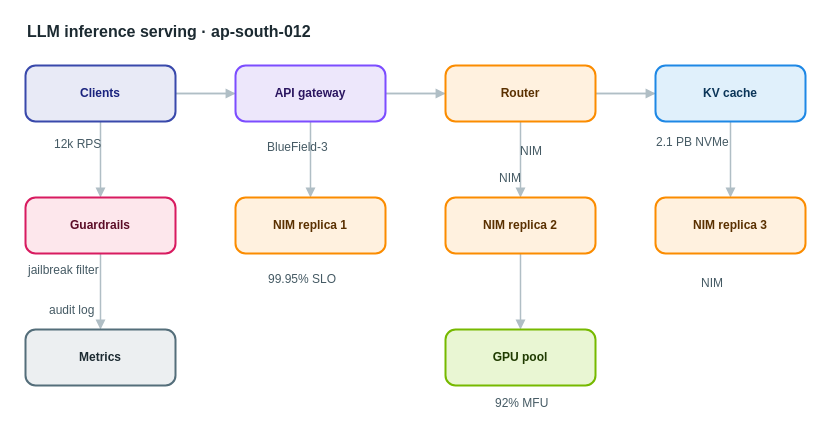
AryanG01/open-apprentice keeps this draw.io diagram as apps/web/public/samples/library/012-llm-inference-serving.drawio. Above is the earlier version. Source tidied: cells renumbered, new cells numbered last; positions are measured from the earlier drawing's top-left corner, leaving out a move shared by most shapes. Both pictures are drawn from the tidied source at 100%, with x=0, y=0 at pixel (25, 17).
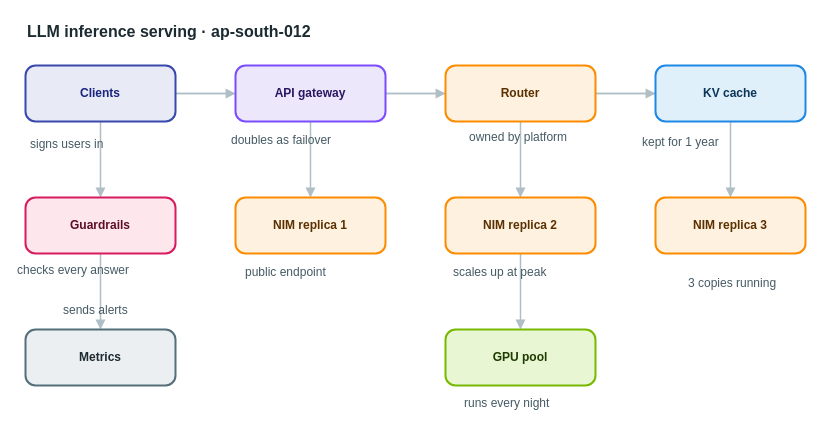
The same diagram, later.

The edit, as a diff of the source:
```diff
@@
-    <mxCell id="22" value="12k RPS" style="text;html=1;align=left;verticalAlign=top;whiteSpace=nowrap;spacing=0;spacingTop=0;strokeColor=none;fillColor=none;fontSize=12;fontColor=#455a64;" parent="1" vertex="1">
-      <mxGeometry x="29" y="115" width="61" height="20" as="geometry" />
+    <mxCell id="22" value="signs users in" style="text;html=1;align=left;verticalAlign=top;whiteSpace=nowrap;spacing=0;spacingTop=0;strokeColor=none;fillColor=none;fontSize=12;fontColor=#455a64;" parent="1" vertex="1">
+      <mxGeometry x="5" y="115" width="110" height="20" as="geometry" />
     </mxCell>
-    <mxCell id="23" value="BlueField-3" style="text;html=1;align=left;verticalAlign=top;whiteSpace=nowrap;spacing=0;spacingTop=0;strokeColor=none;fillColor=none;fontSize=12;fontColor=#455a64;" parent="1" vertex="1">
-      <mxGeometry x="242" y="118" width="89" height="20" as="geometry" />
+    <mxCell id="23" value="doubles as failover" style="text;html=1;align=left;verticalAlign=top;whiteSpace=nowrap;spacing=0;spacingTop=0;strokeColor=none;fillColor=none;fontSize=12;fontColor=#455a64;" parent="1" vertex="1">
+      <mxGeometry x="206" y="111" width="145" height="20" as="geometry" />
     </mxCell>
-    <mxCell id="24" value="NIM" style="text;html=1;align=left;verticalAlign=top;whiteSpace=nowrap;spacing=0;spacingTop=0;strokeColor=none;fillColor=none;fontSize=12;fontColor=#455a64;" parent="1" vertex="1">
-      <mxGeometry x="495" y="122" width="33" height="20" as="geometry" />
+    <mxCell id="24" value="owned by platform" style="text;html=1;align=left;verticalAlign=top;whiteSpace=nowrap;spacing=0;spacingTop=0;strokeColor=none;fillColor=none;fontSize=12;fontColor=#455a64;" parent="1" vertex="1">
+      <mxGeometry x="444" y="108" width="131" height="20" as="geometry" />
     </mxCell>
-    <mxCell id="25" value="99.95% SLO" style="text;html=1;align=left;verticalAlign=top;whiteSpace=nowrap;spacing=0;spacingTop=0;strokeColor=none;fillColor=none;fontSize=12;fontColor=#455a64;" parent="1" vertex="1">
-      <mxGeometry x="243" y="250" width="82" height="20" as="geometry" />
+    <mxCell id="25" value="public endpoint" style="text;html=1;align=left;verticalAlign=top;whiteSpace=nowrap;spacing=0;spacingTop=0;strokeColor=none;fillColor=none;fontSize=12;fontColor=#455a64;" parent="1" vertex="1">
+      <mxGeometry x="220" y="243" width="117" height="20" as="geometry" />
     </mxCell>
-    <mxCell id="26" value="NIM" style="text;html=1;align=left;verticalAlign=top;whiteSpace=nowrap;spacing=0;spacingTop=0;strokeColor=none;fillColor=none;fontSize=12;fontColor=#455a64;" parent="1" vertex="1">
-      <mxGeometry x="474" y="149" width="33" height="20" as="geometry" />
+    <mxCell id="26" value="scales up at peak" style="text;html=1;align=left;verticalAlign=top;whiteSpace=nowrap;spacing=0;spacingTop=0;strokeColor=none;fillColor=none;fontSize=12;fontColor=#455a64;" parent="1" vertex="1">
+      <mxGeometry x="428" y="243" width="131" height="20" as="geometry" />
     </mxCell>
-    <mxCell id="27" value="NIM" style="text;html=1;align=left;verticalAlign=top;whiteSpace=nowrap;spacing=0;spacingTop=0;strokeColor=none;fillColor=none;fontSize=12;fontColor=#455a64;" parent="1" vertex="1">
-      <mxGeometry x="676" y="254" width="33" height="20" as="geometry" />
+    <mxCell id="27" value="3 copies running" style="text;html=1;align=left;verticalAlign=top;whiteSpace=nowrap;spacing=0;spacingTop=0;strokeColor=none;fillColor=none;fontSize=12;fontColor=#455a64;" parent="1" vertex="1">
+      <mxGeometry x="663" y="254" width="124" height="20" as="geometry" />
     </mxCell>
-    <mxCell id="28" value="2.1 PB NVMe" style="text;html=1;align=left;verticalAlign=top;whiteSpace=nowrap;spacing=0;spacingTop=0;strokeColor=none;fillColor=none;fontSize=12;fontColor=#455a64;" parent="1" vertex="1">
-      <mxGeometry x="631" y="113" width="89" height="20" as="geometry" />
+    <mxCell id="28" value="kept for 1 year" style="text;html=1;align=left;verticalAlign=top;whiteSpace=nowrap;spacing=0;spacingTop=0;strokeColor=none;fillColor=none;fontSize=12;fontColor=#455a64;" parent="1" vertex="1">
+      <mxGeometry x="617" y="113" width="117" height="20" as="geometry" />
     </mxCell>
-    <mxCell id="29" value="92% MFU" style="text;html=1;align=left;verticalAlign=top;whiteSpace=nowrap;spacing=0;spacingTop=0;strokeColor=none;fillColor=none;fontSize=12;fontColor=#455a64;" parent="1" vertex="1">
-      <mxGeometry x="470" y="374" width="61" height="20" as="geometry" />
+    <mxCell id="29" value="runs every night" style="text;html=1;align=left;verticalAlign=top;whiteSpace=nowrap;spacing=0;spacingTop=0;strokeColor=none;fillColor=none;fontSize=12;fontColor=#455a64;" parent="1" vertex="1">
+      <mxGeometry x="439" y="374" width="124" height="20" as="geometry" />
     </mxCell>
-    <mxCell id="30" value="jailbreak filter" style="text;html=1;align=left;verticalAlign=top;whiteSpace=nowrap;spacing=0;spacingTop=0;strokeColor=none;fillColor=none;fontSize=12;fontColor=#455a64;" parent="1" vertex="1">
-      <mxGeometry x="3" y="241" width="124" height="20" as="geometry" />
+    <mxCell id="30" value="checks every answer" style="text;html=1;align=left;verticalAlign=top;whiteSpace=nowrap;spacing=0;spacingTop=0;strokeColor=none;fillColor=none;fontSize=12;fontColor=#455a64;" parent="1" vertex="1">
+      <mxGeometry x="-8" y="241" width="145" height="20" as="geometry" />
     </mxCell>
-    <mxCell id="31" value="audit log" style="text;html=1;align=left;verticalAlign=top;whiteSpace=nowrap;spacing=0;spacingTop=0;strokeColor=none;fillColor=none;fontSize=12;fontColor=#455a64;" parent="1" vertex="1">
-      <mxGeometry x="24" y="281" width="75" height="20" as="geometry" />
+    <mxCell id="31" value="sends alerts" style="text;html=1;align=left;verticalAlign=top;whiteSpace=nowrap;spacing=0;spacingTop=0;strokeColor=none;fillColor=none;fontSize=12;fontColor=#455a64;" parent="1" vertex="1">
+      <mxGeometry x="38" y="281" width="96" height="20" as="geometry" />
     </mxCell>
```
